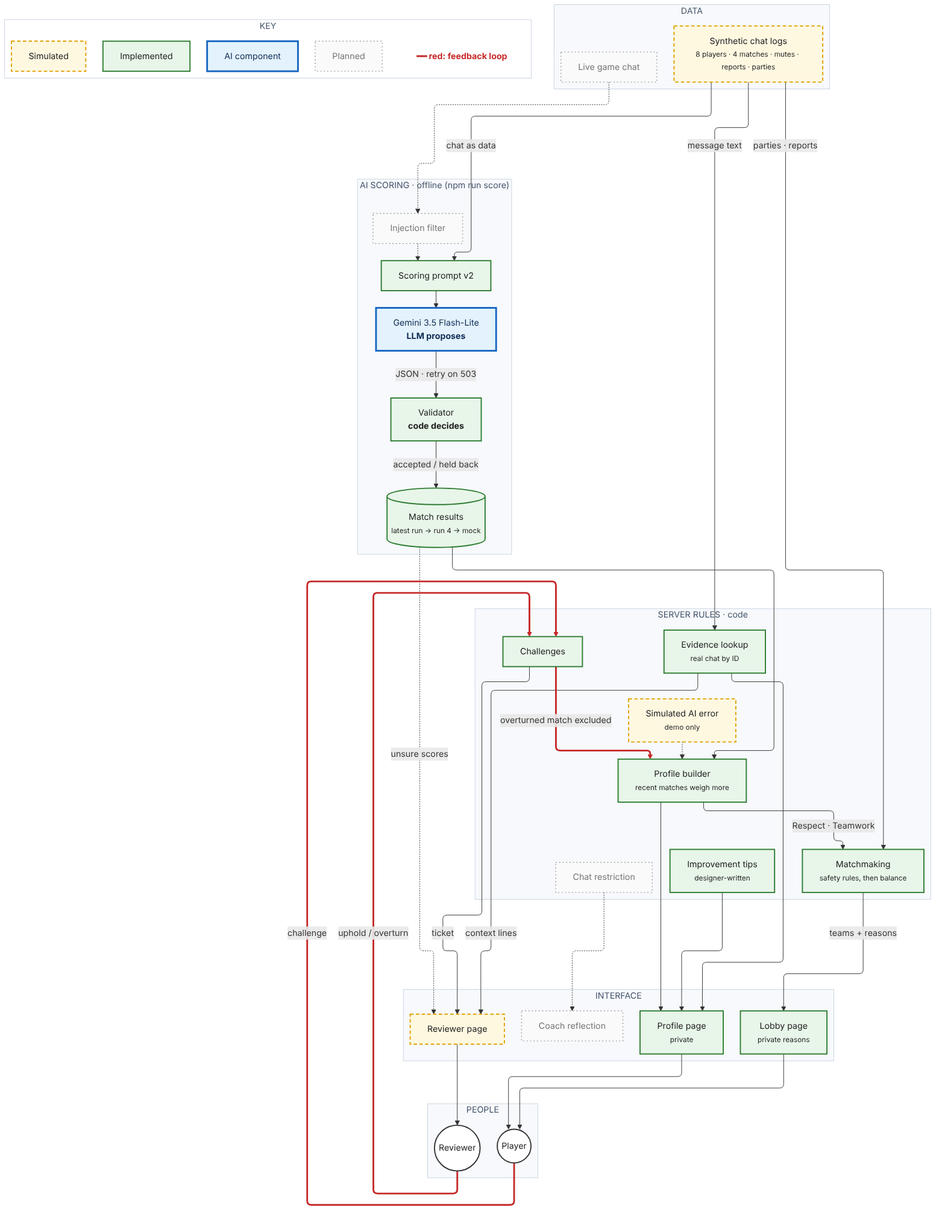
Earlier version of the Mermaid export docs/system-diagram.png (SupremeSunlord77/clearmatch). Its source is kept beside it as docs/system-diagram.mmd. The source it was exported from:
```mermaid
---
config:
  layout: elk
  elk:
    mergeEdges: false
    nodePlacementStrategy: BRANDES_KOEPF
  flowchart:
    curve: linear
  fontFamily: "Inter, Arial, sans-serif"
  themeVariables:
    fontFamily: "Inter, Arial, sans-serif"
    fontSize: "15px"
---
flowchart TB
  subgraph DATA["DATA"]
    D1["Synthetic chat logs<br/><small>8 players · 4 matches · mutes · reports · parties</small>"]:::sim
    D2["Live game chat"]:::plan
  end

  subgraph AI["AI SCORING · offline (npm run score)"]
    A0["Injection filter"]:::plan
    A1["Scoring prompt v2"]:::impl
    A2["Gemini 3.5 Flash-Lite<br/><b>LLM proposes</b>"]:::ai
    A3["Validator<br/><b>code decides</b>"]:::impl
    S1[("Match results<br/><small>latest run → run 4 → mock</small>")]:::impl
  end

  subgraph SRV["SERVER RULES · code"]
    R6["Simulated AI error<br/><small>demo only</small>"]:::sim
    R1["Profile builder<br/><small>recent matches weigh more</small>"]:::impl
    R2["Evidence lookup<br/><small>real chat by ID</small>"]:::impl
    R3["Improvement tips<br/><small>designer-written</small>"]:::impl
    R4["Challenges"]:::impl
    R5["Matchmaking<br/><small>safety rules, then balance</small>"]:::impl
    R7["Chat restriction"]:::plan
  end

  subgraph UI["INTERFACE"]
    U1["Profile page<br/><small>private</small>"]:::impl
    U2["Lobby page<br/><small>private reasons</small>"]:::impl
    U3["Reviewer page"]:::sim
    U4["Coach reflection"]:::plan
  end

  subgraph PEOPLE["PEOPLE"]
    P1(("Player")):::person
    P2(("Reviewer")):::person
  end

  D1 -->|"chat as data"| A1
  D2 -.-> A0
  A0 -.-> A1
  A1 --> A2
  A2 -->|"JSON · retry on 503"| A3
  A3 -->|"accepted / held back"| S1
  S1 --> R1
  R6 -.-> R1
  D1 -->|"message text"| R2
  D1 -->|"parties · reports"| R5
  R1 -->|"Respect · Teamwork"| R5
  R1 --> U1
  R2 --> U1
  R3 --> U1
  R2 -->|"context lines"| U3
  R5 -->|"teams + reasons"| U2
  R4 -->|"ticket"| U3
  S1 -.->|"unsure scores"| U3
  R7 -.-> U4
  U1 --> P1
  U2 --> P1
  U3 --> P2
  P1 ==>|"challenge"| R4
  P2 ==>|"uphold / overturn"| R4
  R4 ==>|"overturned match excluded"| R1

  subgraph KEY["KEY"]
    K1["Implemented"]:::impl
    K2["AI component"]:::ai
    K3["Simulated"]:::sim
    K4["Planned"]:::plan
    K5["━━ red: feedback loop"]:::note
  end

  classDef impl fill:#e8f5e9,stroke:#2e7d32,stroke-width:2px,color:#1b1b1b
  classDef ai fill:#e3f2fd,stroke:#1565c0,stroke-width:3px,color:#0d2a52
  classDef sim fill:#fff8e1,stroke:#e0a100,stroke-width:2px,stroke-dasharray:6 4,color:#1b1b1b
  classDef plan fill:#fafafa,stroke:#9e9e9e,stroke-width:1.5px,stroke-dasharray:2 4,color:#757575
  classDef person fill:#ffffff,stroke:#333,stroke-width:2px,color:#1b1b1b
  classDef note fill:#ffffff,stroke:#ffffff,color:#c62828,font-weight:bold
  style DATA fill:#f7f9fc,stroke:#c9d3e0,color:#44546a
  style AI fill:#f7f9fc,stroke:#c9d3e0,color:#44546a
  style SRV fill:#f7f9fc,stroke:#c9d3e0,color:#44546a
  style UI fill:#f7f9fc,stroke:#c9d3e0,color:#44546a
  style PEOPLE fill:#f7f9fc,stroke:#c9d3e0,color:#44546a
  style KEY fill:#ffffff,stroke:#c9d3e0,color:#44546a
  linkStyle 22,23,24 stroke:#c62828,stroke-width:3px
```
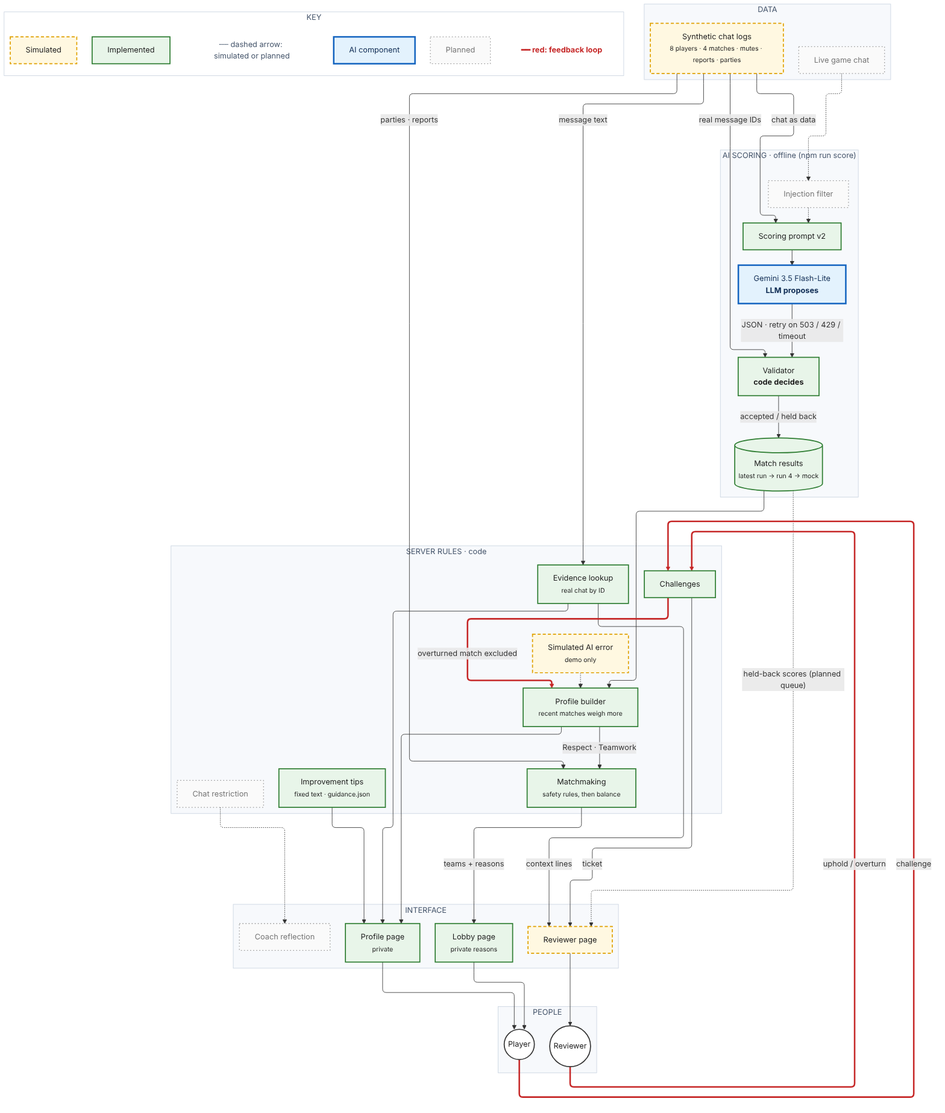
After the change.

Commit message:
Fix claims found by audit: held-back scores, demo data source, test count, diagram labels

Diff of the diagram source:
```diff
@@ -29,7 +29,7 @@
     R6["Simulated AI error<br/><small>demo only</small>"]:::sim
     R1["Profile builder<br/><small>recent matches weigh more</small>"]:::impl
     R2["Evidence lookup<br/><small>real chat by ID</small>"]:::impl
-    R3["Improvement tips<br/><small>designer-written</small>"]:::impl
+    R3["Improvement tips<br/><small>fixed text · guidance.json</small>"]:::impl
     R4["Challenges"]:::impl
     R5["Matchmaking<br/><small>safety rules, then balance</small>"]:::impl
     R7["Chat restriction"]:::plan
@@ -51,7 +51,7 @@
   D2 -.-> A0
   A0 -.-> A1
   A1 --> A2
-  A2 -->|"JSON · retry on 503"| A3
+  A2 -->|"JSON · retry on 503 / 429 / timeout"| A3
   A3 -->|"accepted / held back"| S1
   S1 --> R1
   R6 -.-> R1
@@ -64,7 +64,7 @@
   R2 -->|"context lines"| U3
   R5 -->|"teams + reasons"| U2
   R4 -->|"ticket"| U3
-  S1 -.->|"unsure scores"| U3
+  S1 -.->|"held-back scores (planned queue)"| U3
   R7 -.-> U4
   U1 --> P1
   U2 --> P1
@@ -72,6 +72,7 @@
   P1 ==>|"challenge"| R4
   P2 ==>|"uphold / overturn"| R4
   R4 ==>|"overturned match excluded"| R1
+  D1 -->|"real message IDs"| A3
 
   subgraph KEY["KEY"]
     K1["Implemented"]:::impl
@@ -79,6 +80,7 @@
     K3["Simulated"]:::sim
     K4["Planned"]:::plan
     K5["━━ red: feedback loop"]:::note
+    K6["┄┄ dashed arrow: simulated or planned"]:::note2
   end
 
   classDef impl fill:#e8f5e9,stroke:#2e7d32,stroke-width:2px,color:#1b1b1b
@@ -86,6 +88,7 @@
   classDef sim fill:#fff8e1,stroke:#e0a100,stroke-width:2px,stroke-dasharray:6 4,color:#1b1b1b
   classDef plan fill:#fafafa,stroke:#9e9e9e,stroke-width:1.5px,stroke-dasharray:2 4,color:#757575
   classDef person fill:#ffffff,stroke:#333,stroke-width:2px,color:#1b1b1b
+  classDef note2 fill:#ffffff,stroke:#ffffff,color:#44546a
   classDef note fill:#ffffff,stroke:#ffffff,color:#c62828,font-weight:bold
   style DATA fill:#f7f9fc,stroke:#c9d3e0,color:#44546a
   style AI fill:#f7f9fc,stroke:#c9d3e0,color:#44546a
```
